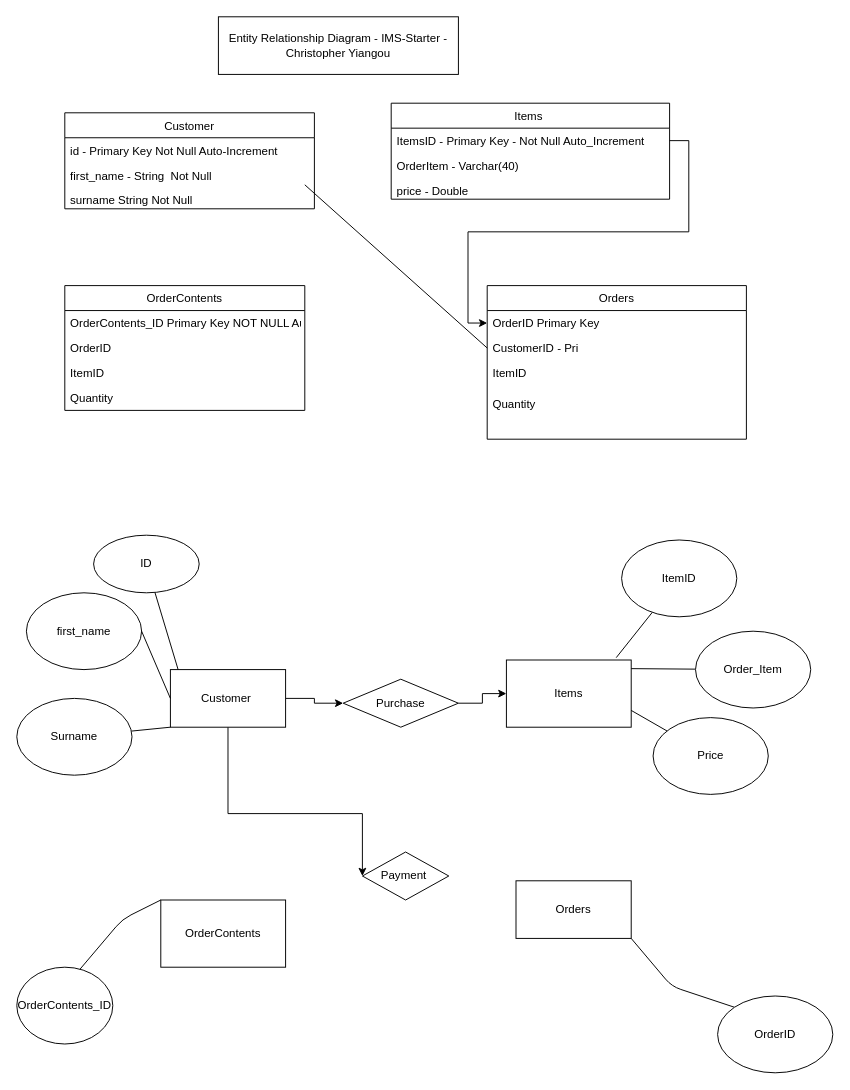
Before: ERD - IMS-Starter.drawio in ChrisQA-GB/IMS-Starter, a draw.io diagram. Source tidied: cells renumbered, new cells numbered last; positions are measured from the earlier drawing's top-left corner, leaving out a move shared by most shapes. Both pictures are drawn from the tidied source at 96%, with x=0, y=0 at pixel (16, 16).
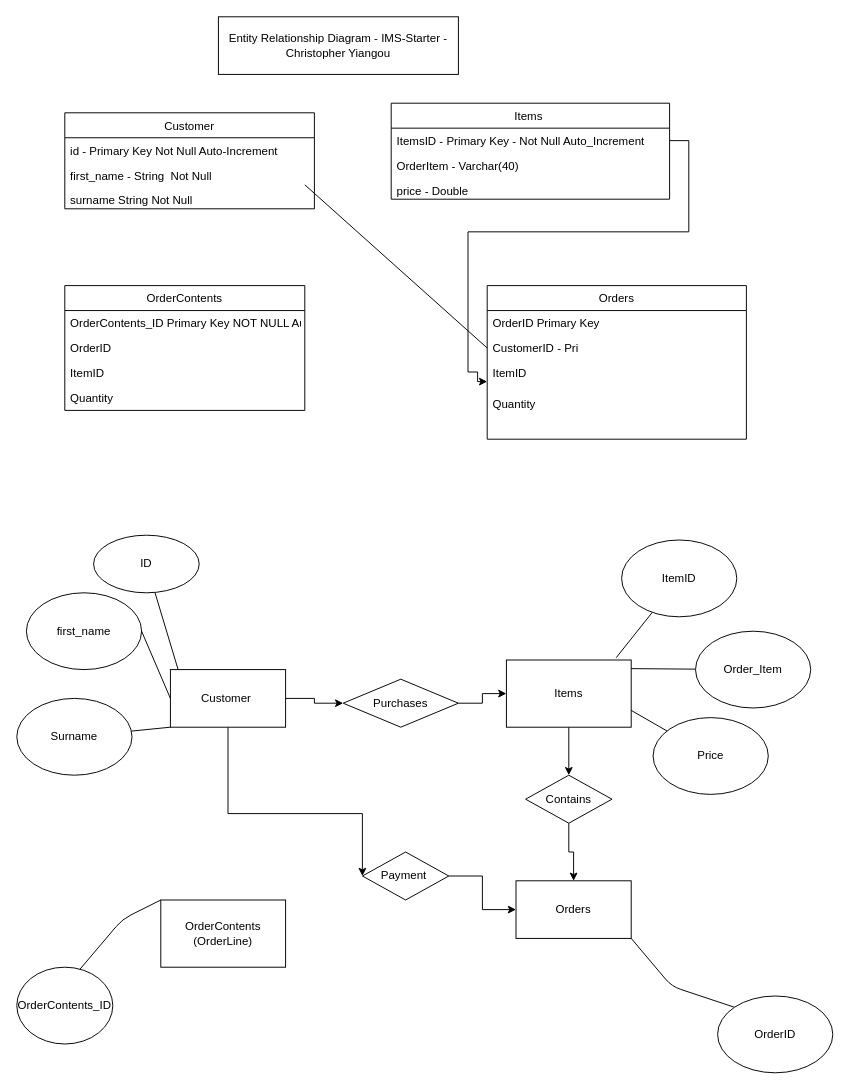
After the change.

The change refers to these unchanged cells:
```xml
<mxCell id="8" value="ItemsID - Primary Key - Not Null Auto_Increment  " style="text;strokeColor=none;fillColor=none;align=left;verticalAlign=top;spacingLeft=4;spacingRight=4;overflow=hidden;points=[[0,0.5],[1,0.5]];portConstraint=eastwest;" parent="7" vertex="1">
  <mxGeometry y="26" width="290" height="26" as="geometry" />
</mxCell>
<mxCell id="12" value="OrderID Primary Key " style="text;strokeColor=none;fillColor=none;align=left;verticalAlign=top;spacingLeft=4;spacingRight=4;overflow=hidden;points=[[0,0.5],[1,0.5]];portConstraint=eastwest;" parent="11" vertex="1">
  <mxGeometry y="26" width="270" height="26" as="geometry" />
</mxCell>
<mxCell id="14" value="ItemID" style="text;strokeColor=none;fillColor=none;align=left;verticalAlign=top;spacingLeft=4;spacingRight=4;overflow=hidden;points=[[0,0.5],[1,0.5]];portConstraint=eastwest;" parent="11" vertex="1">
  <mxGeometry y="78" width="270" height="32" as="geometry" />
</mxCell>
<mxCell id="30" value="Orders" style="rounded=0;whiteSpace=wrap;html=1;" parent="1" vertex="1">
  <mxGeometry x="520" y="900" width="120" height="60" as="geometry" />
</mxCell>
<mxCell id="31" value="Items" style="rounded=0;whiteSpace=wrap;html=1;" parent="1" vertex="1">
  <mxGeometry x="510" y="670" width="130" height="70" as="geometry" />
</mxCell>
<mxCell id="45" value="Payment&amp;nbsp;" style="rhombus;whiteSpace=wrap;html=1;" parent="1" vertex="1">
  <mxGeometry x="360" y="870" width="90" height="50" as="geometry" />
</mxCell>
```

What changed in the source:
```diff
@@
+    <mxCell id="48" style="edgeStyle=orthogonalEdgeStyle;rounded=0;jettySize=auto;html=1;" parent="1" edge="1" source="31" target="51">
+      <mxGeometry relative="1" as="geometry" />
+    </mxCell>
@@
-    <mxCell id="41" value="OrderContents" style="rounded=0;whiteSpace=wrap;html=1;" parent="1" vertex="1">
+    <mxCell id="41" value="OrderContents&lt;br&gt;(OrderLine)" style="rounded=0;whiteSpace=wrap;html=1;" parent="1" vertex="1">
       <mxGeometry x="150" y="920" width="130" height="70" as="geometry" />
     </mxCell>
@@
-    <mxCell id="44" value="Purchase" style="rhombus;whiteSpace=wrap;html=1;" parent="1" vertex="1">
+    <mxCell id="44" value="Purchases" style="rhombus;whiteSpace=wrap;html=1;" parent="1" vertex="1">
       <mxGeometry x="340" y="690" width="120" height="50" as="geometry" />
     </mxCell>
+    <mxCell id="49" style="edgeStyle=orthogonalEdgeStyle;rounded=0;jettySize=auto;html=1;" parent="1" edge="1" source="45" target="30">
+      <mxGeometry relative="1" as="geometry" />
+    </mxCell>
@@
-    <mxCell id="47" style="edgeStyle=orthogonalEdgeStyle;rounded=0;jettySize=auto;html=1;" parent="1" edge="1" source="8" target="12">
-      <mxGeometry relative="1" as="geometry" />
+    <mxCell id="47" style="edgeStyle=orthogonalEdgeStyle;rounded=0;jettySize=auto;html=1;" parent="1" edge="1" source="8" target="14">
+      <mxGeometry relative="1" as="geometry">
+        <Array as="points">
+          <mxPoint x="700" y="129" />
+          <mxPoint x="700" y="224" />
+          <mxPoint x="470" y="224" />
+          <mxPoint x="470" y="370" />
+          <mxPoint x="480" y="370" />
+          <mxPoint x="480" y="380" />
+        </Array>
+      </mxGeometry>
     </mxCell>
+    <mxCell id="50" style="edgeStyle=orthogonalEdgeStyle;rounded=0;jettySize=auto;html=1;" parent="1" edge="1" source="51" target="30">
+      <mxGeometry relative="1" as="geometry" />
+    </mxCell>
+    <mxCell id="51" value="Contains" style="rhombus;whiteSpace=wrap;html=1;" parent="1" vertex="1">
+      <mxGeometry x="530" y="790" width="90" height="50" as="geometry" />
+    </mxCell>
```
